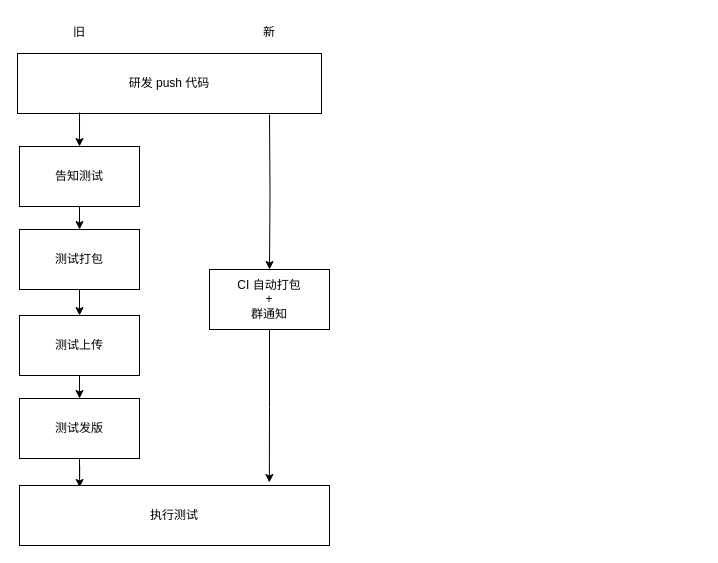
likaistevens/diagrams keeps this draw.io diagram as 小程序发版流程-old.drawio. Above is the earlier version. Source tidied: cells renumbered, new cells numbered last; positions are measured from the earlier drawing's top-left corner, leaving out a move shared by most shapes. Both pictures are drawn from the tidied source at 100%, with x=0, y=0 at pixel (17, 17).
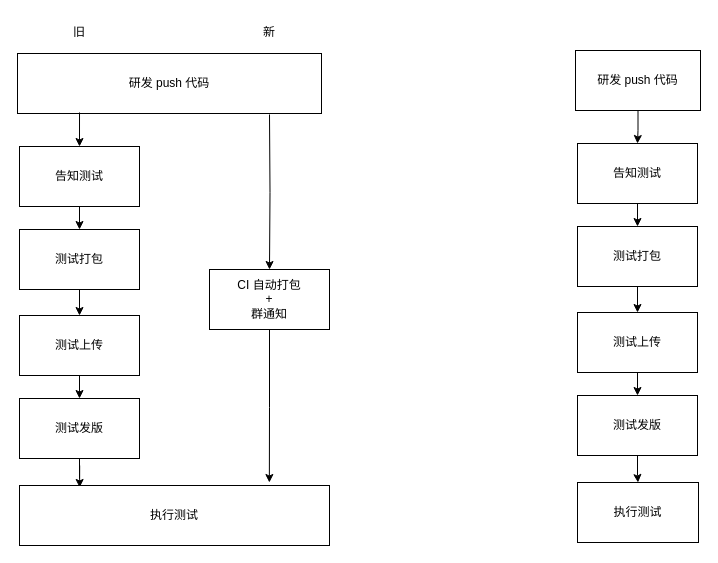
After the change.

Commit message:
更新小程序发版流程-old.drawio

Diff of the diagram source:
```diff
@@
+    <mxCell id="18" style="edgeStyle=orthogonalEdgeStyle;rounded=0;jettySize=auto;html=1;entryX=0.5;entryY=0;entryDx=0;entryDy=0;" parent="1" edge="1" source="19" target="21">
+      <mxGeometry relative="1" as="geometry" />
+    </mxCell>
+    <mxCell id="19" value="研发 push 代码" style="rounded=0;whiteSpace=wrap;html=1;" parent="1" vertex="1">
+      <mxGeometry x="558" y="33" width="125" height="60" as="geometry" />
+    </mxCell>
+    <mxCell id="20" style="edgeStyle=orthogonalEdgeStyle;rounded=0;jettySize=auto;html=1;" parent="1" edge="1" source="21" target="23">
+      <mxGeometry relative="1" as="geometry" />
+    </mxCell>
+    <mxCell id="21" value="告知测试" style="rounded=0;whiteSpace=wrap;html=1;" parent="1" vertex="1">
+      <mxGeometry x="560" y="126" width="120" height="60" as="geometry" />
+    </mxCell>
+    <mxCell id="22" style="edgeStyle=orthogonalEdgeStyle;rounded=0;jettySize=auto;html=1;" parent="1" edge="1" source="23" target="25">
+      <mxGeometry relative="1" as="geometry" />
+    </mxCell>
+    <mxCell id="23" value="测试打包" style="rounded=0;whiteSpace=wrap;html=1;" parent="1" vertex="1">
+      <mxGeometry x="560" y="209" width="120" height="60" as="geometry" />
+    </mxCell>
+    <mxCell id="24" style="edgeStyle=orthogonalEdgeStyle;rounded=0;jettySize=auto;html=1;" parent="1" edge="1" source="25" target="27">
+      <mxGeometry relative="1" as="geometry" />
+    </mxCell>
+    <mxCell id="25" value="测试上传" style="rounded=0;whiteSpace=wrap;html=1;" parent="1" vertex="1">
+      <mxGeometry x="560" y="295" width="120" height="60" as="geometry" />
+    </mxCell>
+    <mxCell id="26" style="edgeStyle=orthogonalEdgeStyle;rounded=0;jettySize=auto;html=1;" parent="1" edge="1" source="27" target="28">
+      <mxGeometry relative="1" as="geometry" />
+    </mxCell>
+    <mxCell id="27" value="测试发版" style="rounded=0;whiteSpace=wrap;html=1;" parent="1" vertex="1">
+      <mxGeometry x="560" y="378" width="120" height="60" as="geometry" />
+    </mxCell>
+    <mxCell id="28" value="执行测试" style="rounded=0;whiteSpace=wrap;html=1;" parent="1" vertex="1">
+      <mxGeometry x="560" y="465" width="121" height="60" as="geometry" />
+    </mxCell>
```
